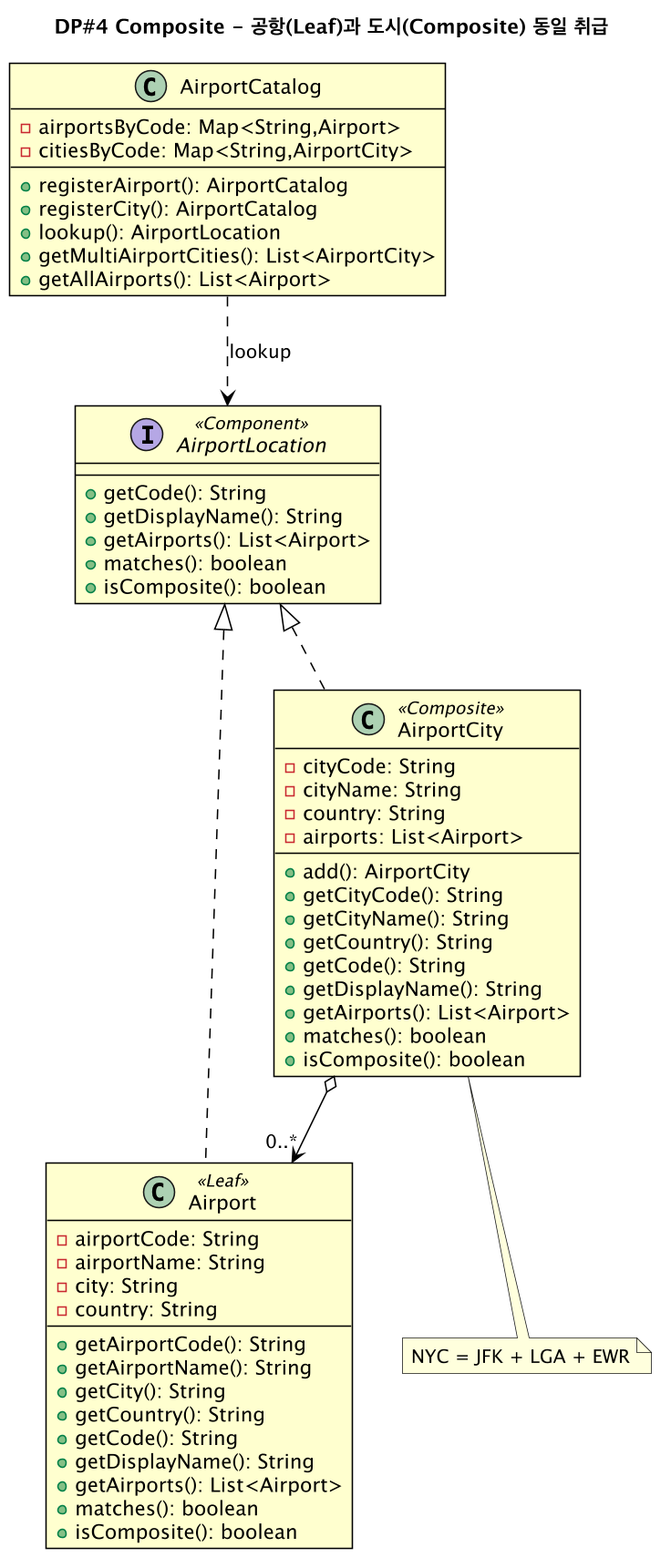
Before: docs/diagrams/iter4-puml/dp4-composite.png, a diagram exported from PlantUML (gimjungwook/KoreanAirReservationDomain). Its diagram source:
```plantuml
@startuml dp4-composite
!include _style.puml
title DP#4 Composite - 공항(Leaf)과 도시(Composite) 동일 취급
interface AirportLocation <<Component>> {
  +getCode(): String
  +getDisplayName(): String
  +getAirports(): List<Airport>
  +matches(): boolean
  +isComposite(): boolean
}
class Airport <<Leaf>> {
  -airportCode: String
  -airportName: String
  -city: String
  -country: String
  --
  +getAirportCode(): String
  +getAirportName(): String
  +getCity(): String
  +getCountry(): String
  +getCode(): String
  +getDisplayName(): String
  +getAirports(): List<Airport>
  +matches(): boolean
  +isComposite(): boolean
}
class AirportCity <<Composite>> {
  -cityCode: String
  -cityName: String
  -country: String
  -airports: List<Airport>
  --
  +add(): AirportCity
  +getCityCode(): String
  +getCityName(): String
  +getCountry(): String
  +getCode(): String
  +getDisplayName(): String
  +getAirports(): List<Airport>
  +matches(): boolean
  +isComposite(): boolean
}
class AirportCatalog {
  -airportsByCode: Map<String,Airport>
  -citiesByCode: Map<String,AirportCity>
  --
  +registerAirport(): AirportCatalog
  +registerCity(): AirportCatalog
  +lookup(): AirportLocation
  +getMultiAirportCities(): List<AirportCity>
  +getAllAirports(): List<Airport>
}
AirportLocation <|.. Airport
AirportLocation <|.. AirportCity
AirportCity o--> "0..*" Airport
AirportCatalog ..> AirportLocation : lookup
note bottom of AirportCity : NYC = JFK + LGA + EWR
@enduml
```
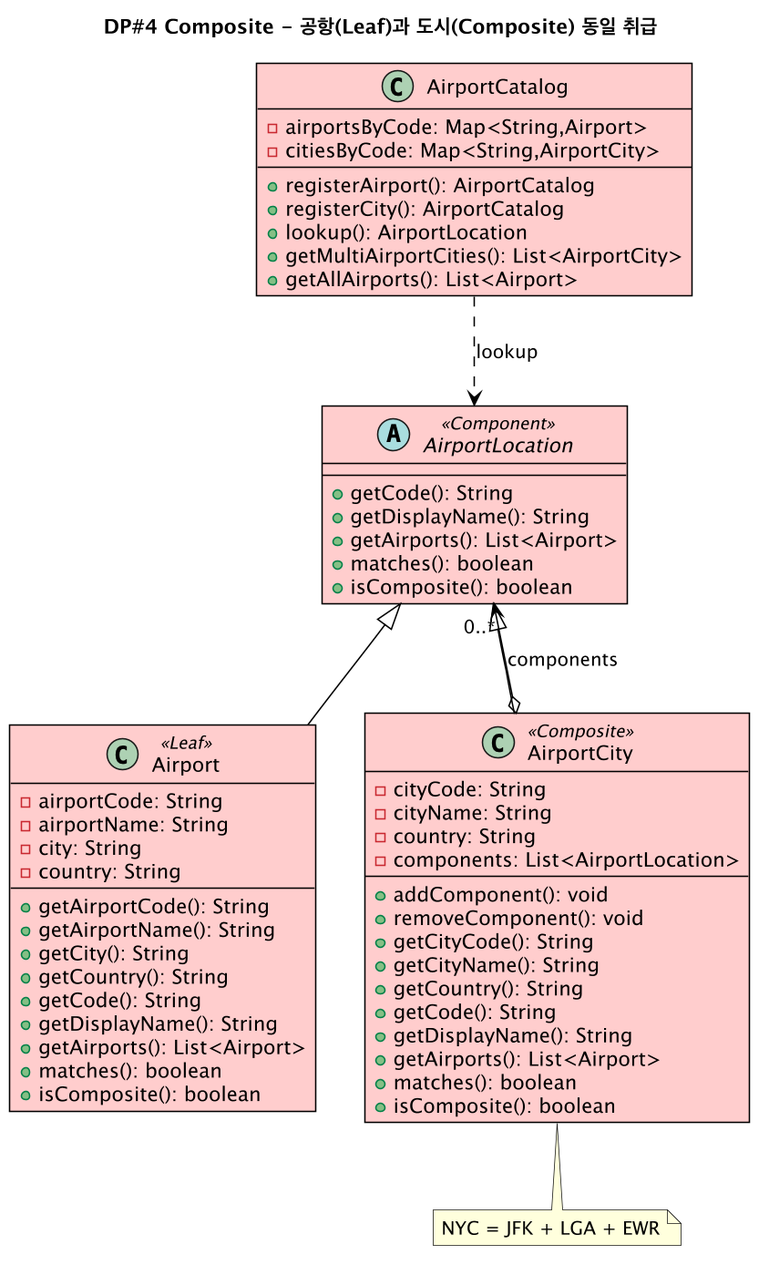
After the commit.

Change to the diagram source:
```diff
@@ -1,14 +1,14 @@
 @startuml dp4-composite
 !include _style.puml
 title DP#4 Composite - 공항(Leaf)과 도시(Composite) 동일 취급
-interface AirportLocation <<Component>> {
+abstract class AirportLocation <<Component>> #FFCCCC {
   +getCode(): String
   +getDisplayName(): String
   +getAirports(): List<Airport>
   +matches(): boolean
   +isComposite(): boolean
 }
-class Airport <<Leaf>> {
+class Airport <<Leaf>> #FFCCCC {
   -airportCode: String
   -airportName: String
   -city: String
@@ -24,13 +24,14 @@
   +matches(): boolean
   +isComposite(): boolean
 }
-class AirportCity <<Composite>> {
+class AirportCity <<Composite>> #FFCCCC {
   -cityCode: String
   -cityName: String
   -country: String
-  -airports: List<Airport>
+  -components: List<AirportLocation>
   --
-  +add(): AirportCity
+  +addComponent(): void
+  +removeComponent(): void
   +getCityCode(): String
   +getCityName(): String
   +getCountry(): String
@@ -40,7 +41,7 @@
   +matches(): boolean
   +isComposite(): boolean
 }
-class AirportCatalog {
+class AirportCatalog #FFCCCC {
   -airportsByCode: Map<String,Airport>
   -citiesByCode: Map<String,AirportCity>
   --
@@ -50,9 +51,9 @@
   +getMultiAirportCities(): List<AirportCity>
   +getAllAirports(): List<Airport>
 }
-AirportLocation <|.. Airport
-AirportLocation <|.. AirportCity
-AirportCity o--> "0..*" Airport
+AirportLocation <|-- Airport
+AirportLocation <|-- AirportCity
+AirportCity o--> "0..*" AirportLocation : components
 AirportCatalog ..> AirportLocation : lookup
 note bottom of AirportCity : NYC = JFK + LGA + EWR
 @enduml
```
